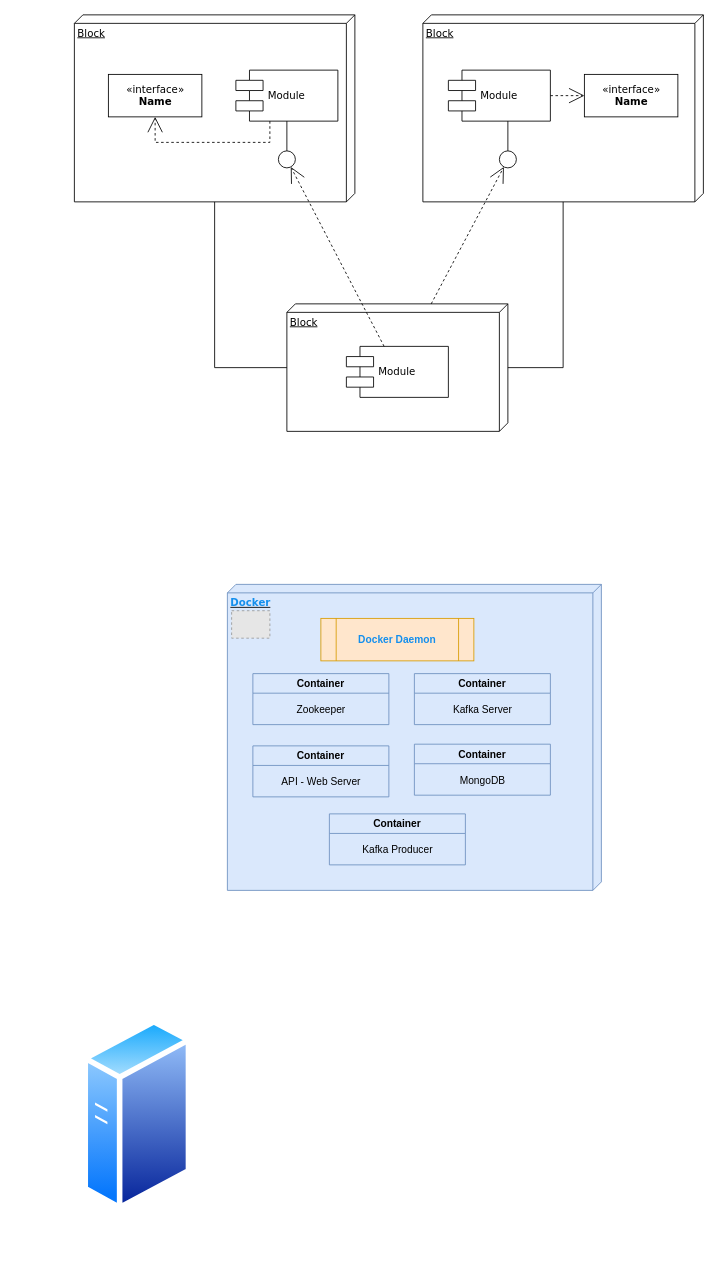
The draw.io diagram component.drawio in chmaikos/CoperDBAPI_v1, before the edit. Source tidied: cells renumbered, new cells numbered last; positions are measured from the earlier drawing's top-left corner, leaving out a move shared by most shapes. Both pictures are drawn from the tidied source at 85%, with x=0, y=0 at pixel (74, 14). Pictures stored in the file or linked from it are replaced by grey dashed boxes.
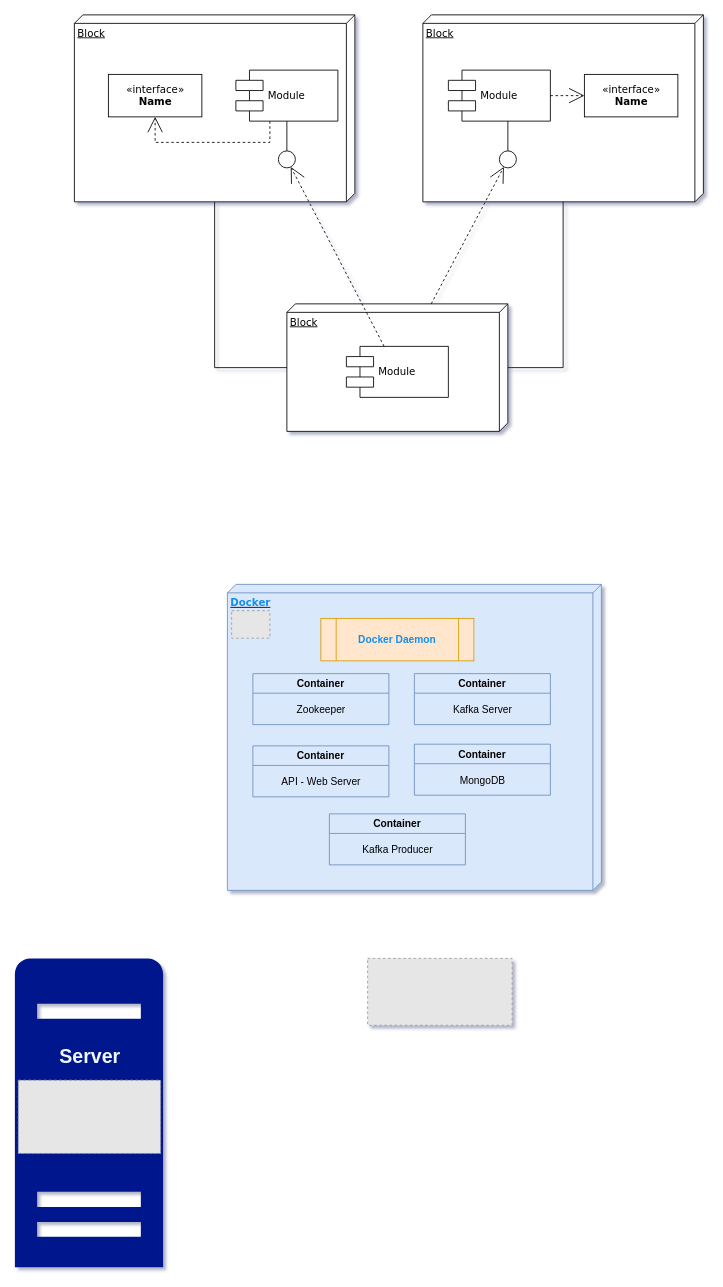
The same page after the edit.

What changed in the source:
```diff
@@
-<mxGraphModel>
+<mxGraphModel shadow="1">
@@
-    <mxCell id="33" style="image;perimeter=ellipsePerimeter;html=1;align=center;shadow=0;dashed=0;spacingTop=3;image=img/lib/active_directory/generic_server.svg;" parent="1" vertex="1">
-      <mxGeometry x="10" y="1180" width="128" height="228.6" as="geometry" />
-    </mxCell>
+    <mxCell id="34" style="sketch=0;shadow=0;dashed=0;html=1;strokeColor=none;labelPosition=center;verticalLabelPosition=bottom;verticalAlign=top;align=center;fillColor=#00188D;shape=mxgraph.mscae.enterprise.server_generic;" parent="1" vertex="1">
+      <mxGeometry x="-70" y="1110" width="174.4" height="363.3" as="geometry" />
+    </mxCell>
+    <mxCell id="35" style="fillColor=#E6E6E6;strokeColor=#999999;dashed=1;verticalLabelPosition=bottom;verticalAlign=top;rotation=0;" parent="1" vertex="1">
+      <mxGeometry x="-66" y="1253.3" width="167.4" height="86.2" as="geometry" />
+    </mxCell>
+    <mxCell id="36" value="&lt;b&gt;&lt;font color=&quot;#f1f7ff&quot; style=&quot;font-size: 23px;&quot;&gt;Server&lt;/font&gt;&lt;/b&gt;" style="text;html=1;align=center;verticalAlign=middle;strokeColor=none;fillColor=none;" parent="1" vertex="1">
+      <mxGeometry x="-32.3" y="1205" width="100" height="40" as="geometry" />
+    </mxCell>
+    <mxCell id="37" style="fillColor=#E6E6E6;strokeColor=#999999;dashed=1;verticalLabelPosition=bottom;verticalAlign=top;fontColor=#FF0000;" parent="1" vertex="1">
+      <mxGeometry x="345" y="1110" width="170" height="78.7" as="geometry" />
+    </mxCell>
```
